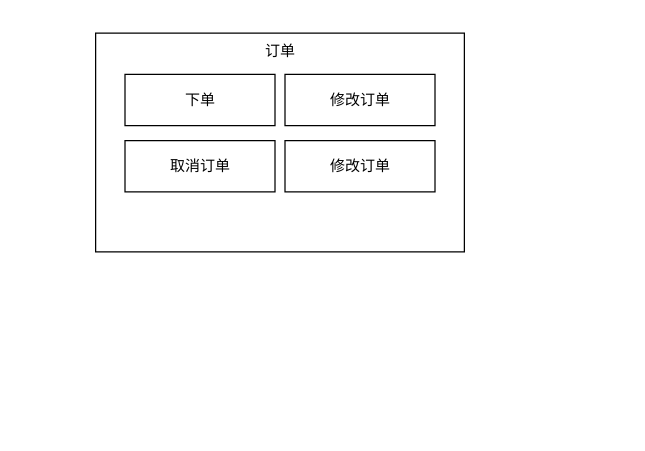
Earlier version of the draw.io diagram page "Copy of Page-28" (30 of 36) of docs/自营重构.drawio (lokiworks/codebase). Source tidied: cells renumbered, new cells numbered last; positions are measured from the earlier drawing's top-left corner, leaving out a move shared by most shapes. Both pictures are drawn from the tidied source at 125%, with x=0, y=0 at pixel (95, 32).
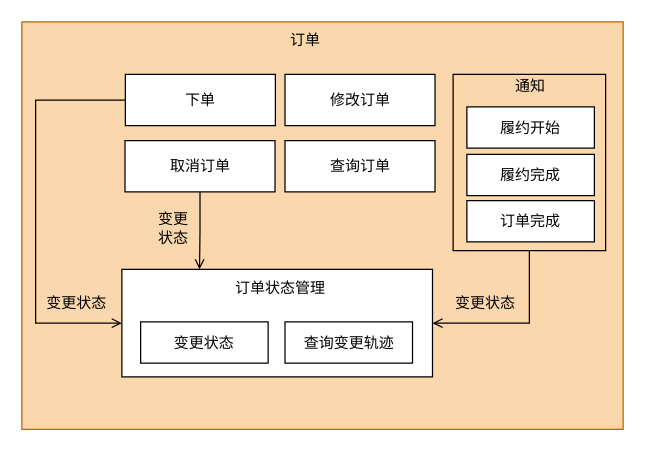
After the change.

What changed in the source:
```diff
@@
-    <mxCell id="2" style="rounded=0;whiteSpace=wrap;html=1;fontColor=#000000;fillColor=none;" parent="1" vertex="1">
-      <mxGeometry width="295" height="175" as="geometry" />
+    <mxCell id="2" style="rounded=0;whiteSpace=wrap;html=1;fillColor=#fad7ac;strokeColor=#b46504;" parent="1" vertex="1">
+      <mxGeometry x="-59" y="-9" width="481" height="326" as="geometry" />
     </mxCell>
+    <mxCell id="8" style="edgeStyle=orthogonalEdgeStyle;rounded=0;jettySize=auto;html=1;exitX=0.5;exitY=1;exitDx=0;exitDy=0;entryX=0.25;entryY=0;entryDx=0;entryDy=0;fontColor=#000000;startArrow=none;startFill=0;endArrow=open;endFill=0;strokeColor=#000000;" parent="1" edge="1" source="3" target="10">
+      <mxGeometry relative="1" as="geometry" />
+    </mxCell>
-    <mxCell id="3" value="取消订单" style="rounded=0;whiteSpace=wrap;html=1;fontColor=#000000;fillColor=none;" parent="1" vertex="1">
+    <mxCell id="3" value="取消订单" style="rounded=0;whiteSpace=wrap;html=1;" parent="1" vertex="1">
       <mxGeometry x="23.5" y="86" width="120" height="41" as="geometry" />
     </mxCell>
-    <mxCell id="4" value="修改订单" style="rounded=0;whiteSpace=wrap;html=1;fontColor=#000000;fillColor=none;" parent="1" vertex="1">
+    <mxCell id="4" value="查询订单" style="rounded=0;whiteSpace=wrap;html=1;" parent="1" vertex="1">
       <mxGeometry x="151.5" y="86" width="120" height="41" as="geometry" />
     </mxCell>
-    <mxCell id="5" value="修改订单" style="rounded=0;whiteSpace=wrap;html=1;fontColor=#000000;fillColor=none;" parent="1" vertex="1">
+    <mxCell id="5" value="修改订单" style="rounded=0;whiteSpace=wrap;html=1;" parent="1" vertex="1">
       <mxGeometry x="151.5" y="33" width="120" height="41" as="geometry" />
     </mxCell>
+    <mxCell id="9" style="edgeStyle=orthogonalEdgeStyle;rounded=0;jettySize=auto;html=1;entryX=0;entryY=0.5;entryDx=0;entryDy=0;fontColor=#000000;startArrow=none;startFill=0;endArrow=open;endFill=0;strokeColor=#000000;" parent="1" edge="1" source="6" target="10">
+      <mxGeometry relative="1" as="geometry">
+        <Array as="points">
+          <mxPoint x="-48" y="54" />
+          <mxPoint x="-48" y="232" />
+        </Array>
+      </mxGeometry>
+    </mxCell>
-    <mxCell id="6" value="下单" style="rounded=0;whiteSpace=wrap;html=1;fontColor=#000000;fillColor=none;" parent="1" vertex="1">
-      <mxGeometry x="23.5" y="33" width="120" height="41" as="geometry" />
+    <mxCell id="6" value="下单" style="rounded=0;whiteSpace=wrap;html=1;" parent="1" vertex="1">
+      <mxGeometry x="23.8" y="33" width="120" height="41" as="geometry" />
     </mxCell>
-    <mxCell id="7" value="订单" style="text;html=1;strokeColor=none;fillColor=none;align=center;verticalAlign=middle;whiteSpace=wrap;rounded=0;fontColor=#000000;" parent="1" vertex="1">
-      <mxGeometry x="118" width="60" height="30" as="geometry" />
+    <mxCell id="7" value="订单" style="text;html=1;align=center;verticalAlign=middle;whiteSpace=wrap;rounded=0;" parent="1" vertex="1">
+      <mxGeometry x="138" y="-9" width="60" height="30" as="geometry" />
     </mxCell>
+    <mxCell id="10" style="rounded=0;whiteSpace=wrap;html=1;" parent="1" vertex="1">
+      <mxGeometry x="21" y="189" width="248.5" height="86" as="geometry" />
+    </mxCell>
+    <mxCell id="11" value="变更状态" style="text;html=1;strokeColor=none;fillColor=none;align=center;verticalAlign=middle;whiteSpace=wrap;rounded=0;fontColor=#000000;" parent="1" vertex="1">
+      <mxGeometry x="-42" y="201" width="54" height="30" as="geometry" />
+    </mxCell>
+    <mxCell id="12" value="变更状态" style="text;html=1;strokeColor=none;fillColor=none;align=center;verticalAlign=middle;whiteSpace=wrap;rounded=0;fontColor=#000000;" parent="1" vertex="1">
+      <mxGeometry x="48" y="141" width="29" height="30" as="geometry" />
+    </mxCell>
+    <mxCell id="13" style="edgeStyle=orthogonalEdgeStyle;rounded=0;jettySize=auto;html=1;exitX=0.5;exitY=1;exitDx=0;exitDy=0;entryX=1;entryY=0.5;entryDx=0;entryDy=0;fontColor=#000000;startArrow=none;startFill=0;endArrow=open;endFill=0;strokeColor=#000000;" parent="1" edge="1" source="14" target="10">
+      <mxGeometry relative="1" as="geometry" />
+    </mxCell>
+    <mxCell id="14" style="rounded=0;whiteSpace=wrap;html=1;fontColor=#000000;fillColor=none;" parent="1" vertex="1">
+      <mxGeometry x="286" y="33" width="122" height="141" as="geometry" />
+    </mxCell>
+    <mxCell id="15" value="变更状态" style="text;html=1;strokeColor=none;fillColor=none;align=center;verticalAlign=middle;whiteSpace=wrap;rounded=0;fontColor=#000000;" parent="1" vertex="1">
+      <mxGeometry x="282" y="201" width="60" height="30" as="geometry" />
+    </mxCell>
+    <mxCell id="16" value="履约开始" style="rounded=0;whiteSpace=wrap;html=1;" parent="1" vertex="1">
+      <mxGeometry x="297" y="59" width="102" height="33" as="geometry" />
+    </mxCell>
+    <mxCell id="17" value="履约完成" style="rounded=0;whiteSpace=wrap;html=1;" parent="1" vertex="1">
+      <mxGeometry x="297" y="97" width="102" height="33" as="geometry" />
+    </mxCell>
+    <mxCell id="18" value="通知" style="text;html=1;strokeColor=none;fillColor=none;align=center;verticalAlign=middle;whiteSpace=wrap;rounded=0;fontColor=#000000;" parent="1" vertex="1">
+      <mxGeometry x="320" y="33" width="56" height="19" as="geometry" />
+    </mxCell>
+    <mxCell id="19" value="订单完成" style="rounded=0;whiteSpace=wrap;html=1;" parent="1" vertex="1">
+      <mxGeometry x="297" y="134" width="102" height="33" as="geometry" />
+    </mxCell>
+    <mxCell id="20" value="订单状态管理" style="text;html=1;strokeColor=none;fillColor=none;align=center;verticalAlign=middle;whiteSpace=wrap;rounded=0;fontColor=#000000;" parent="1" vertex="1">
+      <mxGeometry x="107" y="189" width="82" height="30" as="geometry" />
+    </mxCell>
+    <mxCell id="21" value="变更状态" style="rounded=0;whiteSpace=wrap;html=1;" parent="1" vertex="1">
+      <mxGeometry x="36" y="231" width="102" height="33" as="geometry" />
+    </mxCell>
+    <mxCell id="22" value="查询变更轨迹" style="rounded=0;whiteSpace=wrap;html=1;" parent="1" vertex="1">
+      <mxGeometry x="151.5" y="231" width="102" height="33" as="geometry" />
+    </mxCell>
```
